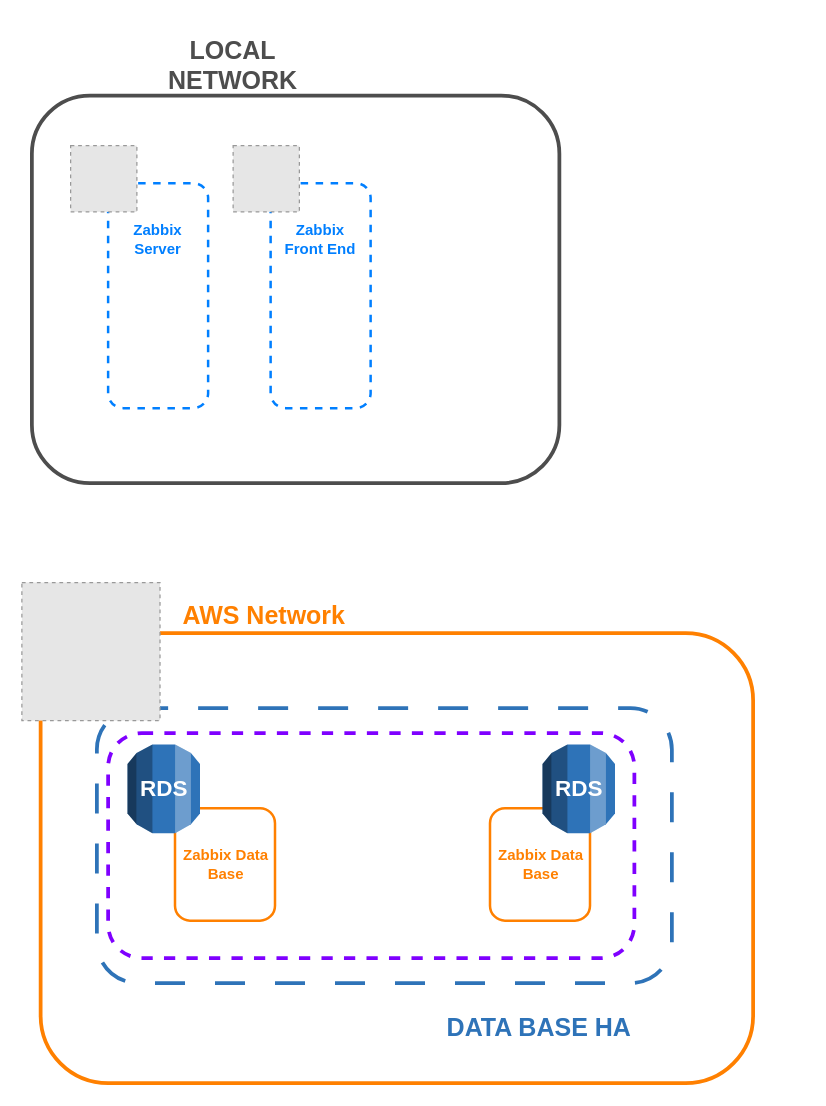
This is Ambiente Zabbix em Container.drawio from KelitonVougan/diagrams, a draw.io file, before an edit. Source tidied: cells renumbered, new cells numbered last; positions are measured from the earlier drawing's top-left corner, leaving out a move shared by most shapes. Both pictures are drawn from the tidied source at 125%, with x=0, y=0 at pixel (21, 45). Pictures stored in the file or linked from it are replaced by grey dashed boxes.
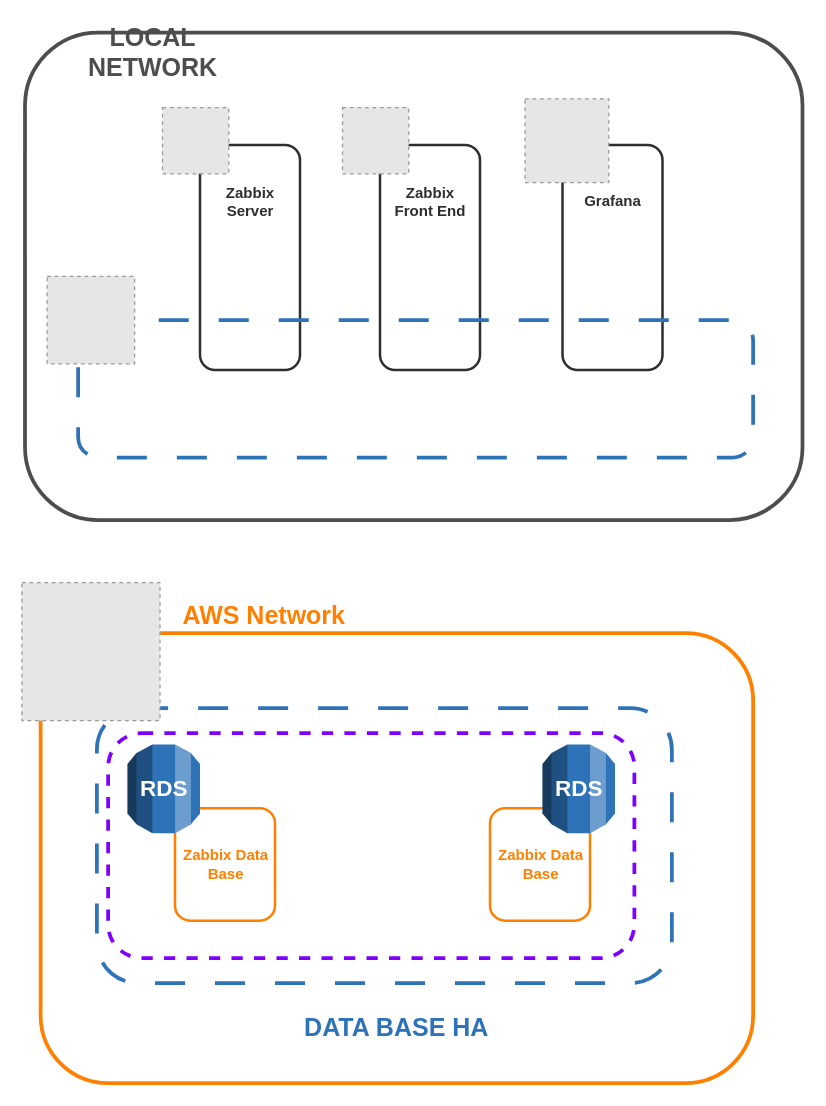
The same page after the edit.

Diff of the diagram source:
```diff
@@
-    <mxCell id="4" style="rounded=1;whiteSpace=wrap;html=1;fillColor=none;strokeWidth=2;dashed=1;strokeColor=#007FFF;" parent="1" vertex="1">
-      <mxGeometry x="69" y="110" width="80" height="180" as="geometry" />
-    </mxCell>
-    <mxCell id="5" value="&lt;b&gt;&lt;font color=&quot;#007fff&quot; face=&quot;Rubik&quot;&gt;Zabbix Server&lt;br&gt;&lt;/font&gt;&lt;/b&gt;" style="text;html=1;strokeColor=none;fillColor=none;align=center;verticalAlign=middle;whiteSpace=wrap;rounded=0;" parent="1" vertex="1">
-      <mxGeometry x="79" y="140" width="60" height="30" as="geometry" />
-    </mxCell>
-    <mxCell id="6" style="rounded=1;whiteSpace=wrap;html=1;fillColor=none;strokeWidth=3;strokeColor=#4D4D4D;" parent="1" vertex="1">
-      <mxGeometry x="8" y="40" width="422" height="310" as="geometry" />
-    </mxCell>
-    <mxCell id="7" style="fillColor=#E6E6E6;strokeColor=#999999;dashed=1;verticalLabelPosition=bottom;labelBackgroundColor=default;verticalAlign=top;" parent="1" vertex="1">
-      <mxGeometry x="39" y="80" width="53" height="53" as="geometry" />
-    </mxCell>
-    <mxCell id="8" style="rounded=1;whiteSpace=wrap;html=1;fillColor=none;strokeWidth=2;dashed=1;strokeColor=#007FFF;" parent="1" vertex="1">
-      <mxGeometry x="199" y="110" width="80" height="180" as="geometry" />
-    </mxCell>
-    <mxCell id="9" value="&lt;b&gt;&lt;font color=&quot;#007fff&quot; face=&quot;Rubik&quot;&gt;Zabbix Front End&lt;br&gt;&lt;/font&gt;&lt;/b&gt;" style="text;html=1;strokeColor=none;fillColor=none;align=center;verticalAlign=middle;whiteSpace=wrap;rounded=0;" parent="1" vertex="1">
-      <mxGeometry x="209" y="140" width="60" height="30" as="geometry" />
-    </mxCell>
-    <mxCell id="10" style="fillColor=#E6E6E6;strokeColor=#999999;dashed=1;verticalLabelPosition=bottom;labelBackgroundColor=default;verticalAlign=top;" parent="1" vertex="1">
-      <mxGeometry x="169" y="80" width="53" height="53" as="geometry" />
-    </mxCell>
@@
     <mxCell id="19" value="&lt;font color=&quot;#2e73b8&quot; style=&quot;font-size: 20px;&quot; face=&quot;Rubik&quot;&gt;&lt;b&gt;DATA BASE HA&lt;br&gt;&lt;/b&gt;&lt;/font&gt;" style="text;html=1;strokeColor=none;fillColor=none;align=center;verticalAlign=middle;whiteSpace=wrap;rounded=0;" parent="1" vertex="1">
-      <mxGeometry x="329" y="770" width="170" height="30" as="geometry" />
+      <mxGeometry x="215" y="770" width="170" height="30" as="geometry" />
     </mxCell>
@@
     <mxCell id="22" value="&lt;font color=&quot;#4d4d4d&quot; style=&quot;font-size: 20px;&quot; face=&quot;Rubik&quot;&gt;&lt;b&gt;LOCAL NETWORK&lt;br&gt;&lt;/b&gt;&lt;/font&gt;" style="text;html=1;strokeColor=none;fillColor=none;align=center;verticalAlign=middle;whiteSpace=wrap;rounded=0;" parent="1" vertex="1">
-      <mxGeometry x="83.5" width="170" height="30" as="geometry" />
+      <mxGeometry x="20.2" y="-10.5" width="170" height="30" as="geometry" />
     </mxCell>
@@
+    <mxCell id="24" style="group;" parent="1" vertex="1">
+      <mxGeometry x="402.5" y="42.5" width="110" height="217" as="geometry" />
+    </mxCell>
+    <mxCell id="25" style="rounded=1;whiteSpace=wrap;html=1;fillColor=none;strokeWidth=2;strokeColor=#2E2E2E;" parent="24" vertex="1">
+      <mxGeometry x="30" y="37" width="80" height="180" as="geometry" />
+    </mxCell>
+    <mxCell id="26" value="&lt;font color=&quot;#2e2e2e&quot; face=&quot;Rubik&quot;&gt;&lt;b&gt;Grafana&lt;/b&gt;&lt;/font&gt;" style="text;html=1;strokeColor=none;fillColor=none;align=center;verticalAlign=middle;whiteSpace=wrap;rounded=0;" parent="24" vertex="1">
+      <mxGeometry x="40" y="67" width="60" height="30" as="geometry" />
+    </mxCell>
+    <mxCell id="27" style="fillColor=#E6E6E6;strokeColor=#999999;dashed=1;verticalLabelPosition=bottom;labelBackgroundColor=default;verticalAlign=top;" parent="24" vertex="1">
+      <mxGeometry width="67" height="67" as="geometry" />
+    </mxCell>
+    <mxCell id="28" style="group;" parent="1" vertex="1">
+      <mxGeometry x="256.5" y="49.5" width="110" height="210" as="geometry" />
+    </mxCell>
+    <mxCell id="8" style="rounded=1;whiteSpace=wrap;html=1;fillColor=none;strokeWidth=2;strokeColor=#2E2E2E;" parent="28" vertex="1">
+      <mxGeometry x="30" y="30" width="80" height="180" as="geometry" />
+    </mxCell>
+    <mxCell id="9" value="&lt;font color=&quot;#2e2e2e&quot;&gt;&lt;b&gt;&lt;font face=&quot;Rubik&quot;&gt;Zabbix Front End&lt;br&gt;&lt;/font&gt;&lt;/b&gt;&lt;/font&gt;" style="text;html=1;strokeColor=none;fillColor=none;align=center;verticalAlign=middle;whiteSpace=wrap;rounded=0;" parent="28" vertex="1">
+      <mxGeometry x="40" y="60" width="60" height="30" as="geometry" />
+    </mxCell>
+    <mxCell id="10" style="fillColor=#E6E6E6;strokeColor=#999999;dashed=1;verticalLabelPosition=bottom;labelBackgroundColor=default;verticalAlign=top;" parent="28" vertex="1">
+      <mxGeometry width="53" height="53" as="geometry" />
+    </mxCell>
+    <mxCell id="29" style="group;" parent="1" vertex="1">
+      <mxGeometry x="112.5" y="49.5" width="110" height="210" as="geometry" />
+    </mxCell>
+    <mxCell id="4" style="rounded=1;whiteSpace=wrap;html=1;fillColor=none;strokeWidth=2;strokeColor=#2E2E2E;" parent="29" vertex="1">
+      <mxGeometry x="30" y="30" width="80" height="180" as="geometry" />
+    </mxCell>
+    <mxCell id="5" value="&lt;font color=&quot;#2e2e2e&quot;&gt;&lt;b&gt;&lt;font face=&quot;Rubik&quot;&gt;Zabbix Server&lt;br&gt;&lt;/font&gt;&lt;/b&gt;&lt;/font&gt;" style="text;html=1;strokeColor=none;fillColor=none;align=center;verticalAlign=middle;whiteSpace=wrap;rounded=0;" parent="29" vertex="1">
+      <mxGeometry x="40" y="60" width="60" height="30" as="geometry" />
+    </mxCell>
+    <mxCell id="7" style="fillColor=#E6E6E6;strokeColor=#999999;dashed=1;verticalLabelPosition=bottom;labelBackgroundColor=default;verticalAlign=top;" parent="29" vertex="1">
+      <mxGeometry width="53" height="53" as="geometry" />
+    </mxCell>
+    <mxCell id="6" style="rounded=1;whiteSpace=wrap;html=1;fillColor=none;strokeWidth=3;strokeColor=#4D4D4D;" parent="1" vertex="1">
+      <mxGeometry x="2.5" y="-10.5" width="622" height="390" as="geometry" />
+    </mxCell>
+    <mxCell id="30" style="rounded=1;whiteSpace=wrap;html=1;dashed=1;dashPattern=8 8;strokeColor=#2E73B8;fillColor=none;strokeWidth=3;" parent="1" vertex="1">
+      <mxGeometry x="45" y="219.5" width="540" height="110" as="geometry" />
+    </mxCell>
+    <mxCell id="31" style="fillColor=#E6E6E6;strokeColor=#999999;dashed=1;verticalLabelPosition=bottom;labelBackgroundColor=default;verticalAlign=top;" parent="1" vertex="1">
+      <mxGeometry x="20.2" y="184.5" width="70" height="70" as="geometry" />
+    </mxCell>
```
